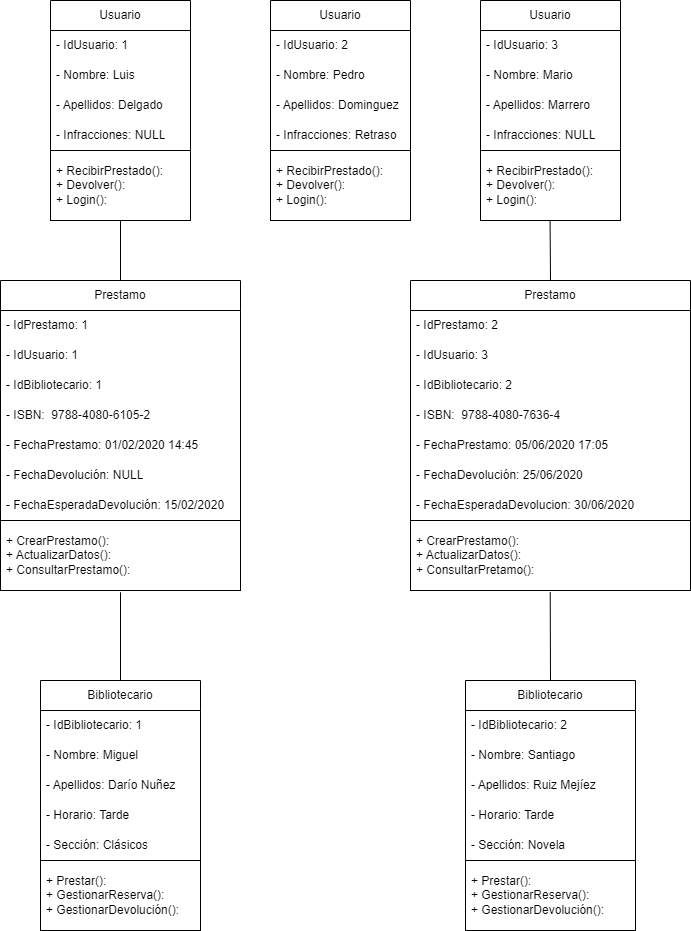
This is Diagramas-objetos/Biblioteca/biblioteca.drawio.png from IsaiasTolP/Tareas_Markdown, a draw.io export, as it was before one commit. Source tidied: cells renumbered, new cells last; positions are measured from the earlier drawing's top-left corner, leaving out a move shared by most shapes.
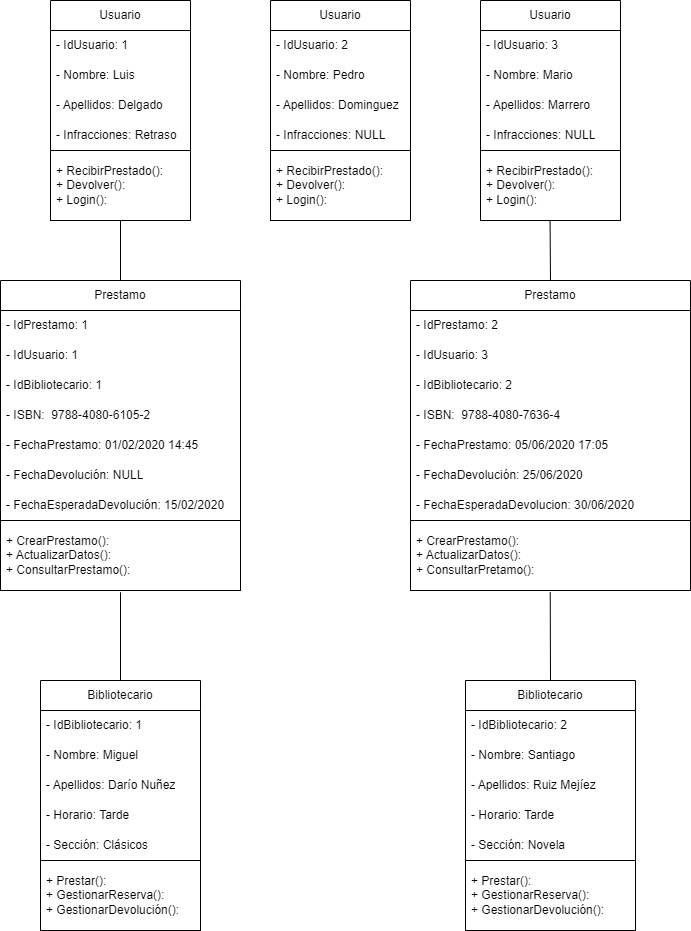
The same diagram one commit later.

Commit message:
Diagrama objetos biblioteca

What changed in the source:
```diff
@@ -14,7 +14,7 @@
     <mxCell id="5" value="- Apellidos: Delgado" style="text;strokeColor=none;fillColor=none;align=left;verticalAlign=middle;spacingLeft=4;spacingRight=4;overflow=hidden;whiteSpace=wrap;html=1;" parent="2" vertex="1">
       <mxGeometry y="90" width="140" height="30" as="geometry" />
     </mxCell>
-    <mxCell id="6" value="- Infracciones: NULL" style="text;strokeColor=none;fillColor=none;align=left;verticalAlign=middle;spacingLeft=4;spacingRight=4;overflow=hidden;whiteSpace=wrap;html=1;" parent="2" vertex="1">
+    <mxCell id="6" value="- Infracciones: Retraso" style="text;strokeColor=none;fillColor=none;align=left;verticalAlign=middle;spacingLeft=4;spacingRight=4;overflow=hidden;whiteSpace=wrap;html=1;" parent="2" vertex="1">
       <mxGeometry y="120" width="140" height="30" as="geometry" />
     </mxCell>
     <mxCell id="7" value="+ RecibirPrestado():&lt;br&gt;+ Devolver():&lt;br&gt;+ Login():" style="text;strokeColor=default;fillColor=none;align=left;verticalAlign=middle;spacingLeft=4;spacingRight=4;overflow=hidden;whiteSpace=wrap;html=1;" parent="2" vertex="1">
@@ -32,7 +32,7 @@
     <mxCell id="11" value="- Apellidos: Dominguez" style="text;strokeColor=none;fillColor=none;align=left;verticalAlign=middle;spacingLeft=4;spacingRight=4;overflow=hidden;whiteSpace=wrap;html=1;" parent="8" vertex="1">
       <mxGeometry y="90" width="140" height="30" as="geometry" />
     </mxCell>
-    <mxCell id="12" value="- Infracciones: Retraso" style="text;strokeColor=none;fillColor=none;align=left;verticalAlign=middle;spacingLeft=4;spacingRight=4;overflow=hidden;whiteSpace=wrap;html=1;" parent="8" vertex="1">
+    <mxCell id="12" value="- Infracciones: NULL" style="text;strokeColor=none;fillColor=none;align=left;verticalAlign=middle;spacingLeft=4;spacingRight=4;overflow=hidden;whiteSpace=wrap;html=1;" parent="8" vertex="1">
       <mxGeometry y="120" width="140" height="30" as="geometry" />
     </mxCell>
     <mxCell id="13" value="+ RecibirPrestado():&lt;br&gt;+ Devolver():&lt;br&gt;+ Login():" style="text;strokeColor=default;fillColor=none;align=left;verticalAlign=middle;spacingLeft=4;spacingRight=4;overflow=hidden;whiteSpace=wrap;html=1;" parent="8" vertex="1">
```
